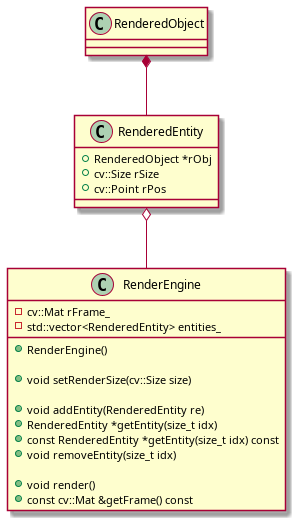
Above: docs/plantuml_imgs/renderEngineClasses.png in hankedan000/gopro-overlay (PlantUML), before the change.
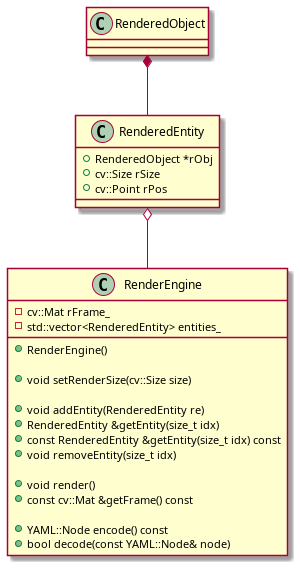
Later version of the same file.

Change to the diagram source:
```diff
@@ -12,12 +12,15 @@
 	+void setRenderSize(cv::Size size)
 
 	+void addEntity(RenderedEntity re)
-	+RenderedEntity *getEntity(size_t idx)
-	+const RenderedEntity *getEntity(size_t idx) const
+	+RenderedEntity &getEntity(size_t idx)
+	+const RenderedEntity &getEntity(size_t idx) const
 	+void removeEntity(size_t idx)
 
 	+void render()
 	+const cv::Mat &getFrame() const
+
+	+YAML::Node encode() const
+	+bool decode(const YAML::Node& node)
 
 	-cv::Mat rFrame_
 	-std::vector<RenderedEntity> entities_
```
